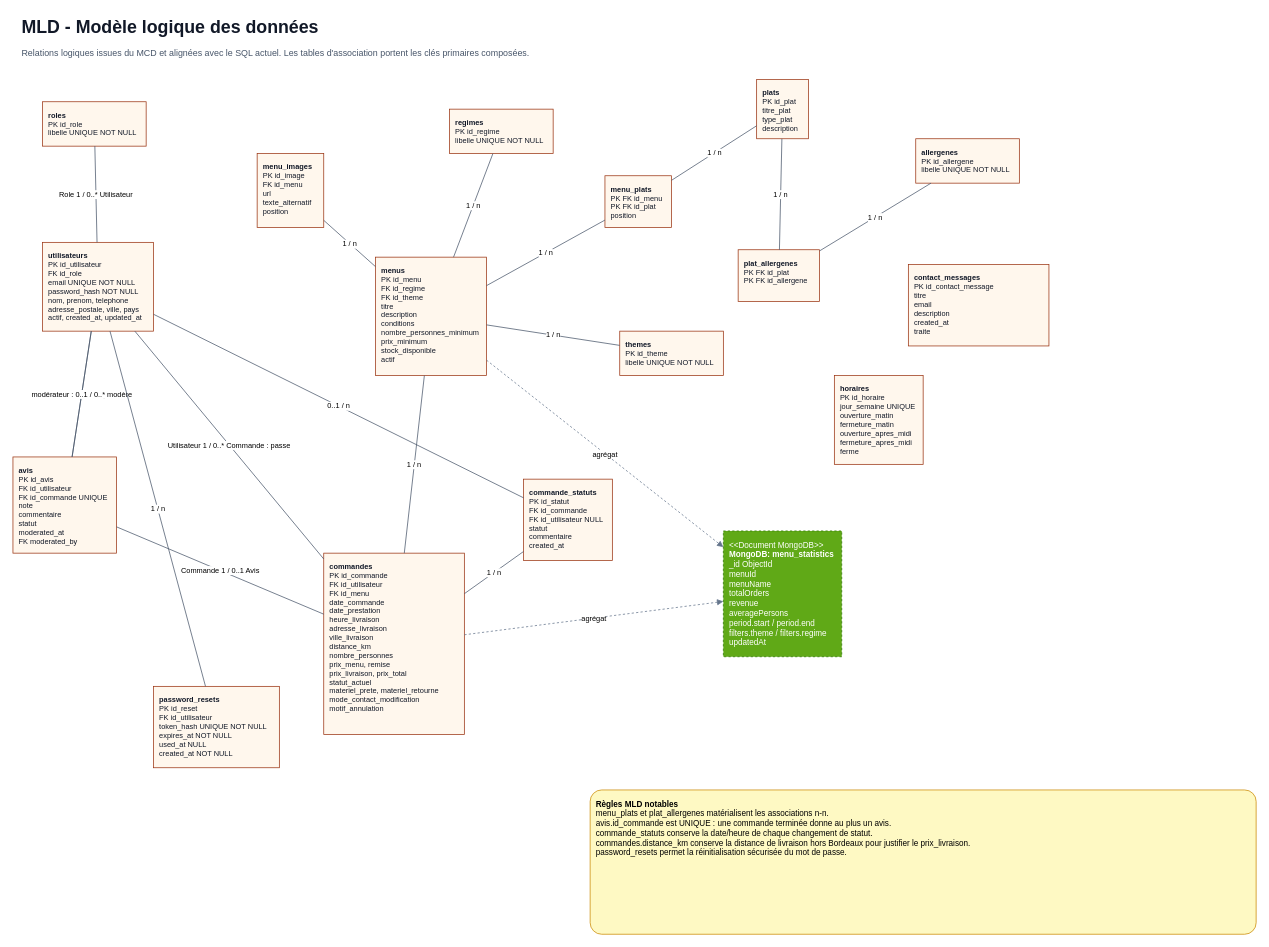
Above: docs/database/MLD.drawio in elscribe/Github-vite-et-gourmand (draw.io), before the change. Source tidied: cells renumbered, new cells numbered last; positions are measured from the earlier drawing's top-left corner, leaving out a move shared by most shapes. Both pictures are drawn from the tidied source at 74%, with x=0, y=0 at pixel (13, 13).
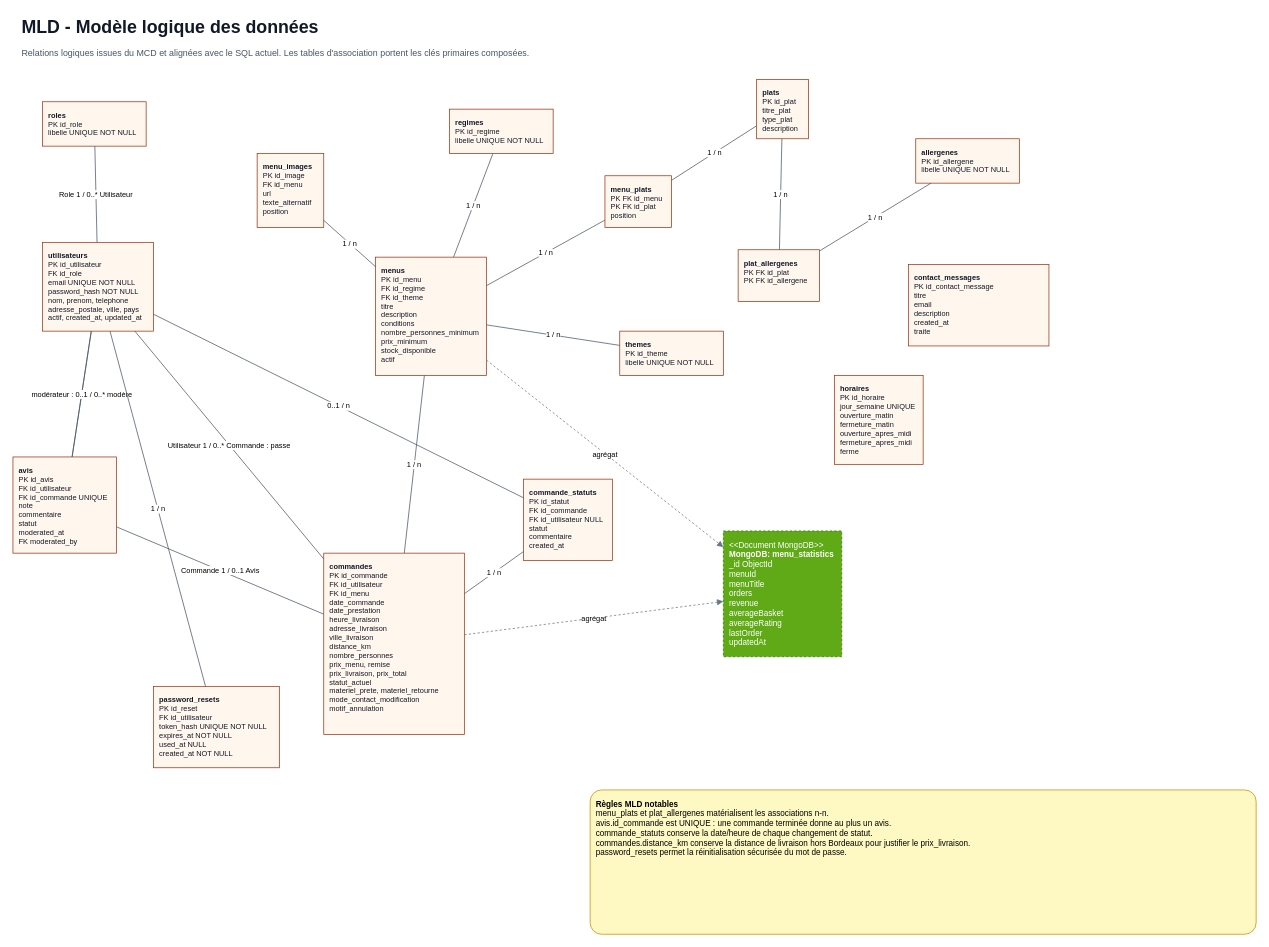
Above is the later version.

Diff of the diagram source:
```diff
@@
-    <mxCell id="19" value="&amp;lt;&amp;lt;Document MongoDB&amp;gt;&amp;gt;&lt;br&gt;&lt;b&gt;MongoDB: menu_statistics&lt;/b&gt;&lt;br&gt;_id ObjectId&lt;br&gt;menuId&lt;br&gt;menuName&lt;br&gt;totalOrders&lt;br&gt;revenue&lt;br&gt;averagePersons&lt;br&gt;period.start / period.end&lt;br&gt;filters.theme / filters.regime&lt;br&gt;updatedAt" style="rounded=0;whiteSpace=wrap;html=1;dashed=1;fillColor=#60a917;strokeColor=#2D7600;fontSize=11;align=left;verticalAlign=top;spacing=8;fontColor=#ffffff;" parent="1" vertex="1">
+    <mxCell id="19" value="&amp;lt;&amp;lt;Document MongoDB&amp;gt;&amp;gt;&lt;br&gt;&lt;b&gt;MongoDB: menu_statistics&lt;/b&gt;&lt;br&gt;_id ObjectId&lt;br&gt;menuId&lt;br&gt;menuTitle&lt;br&gt;orders&lt;br&gt;revenue&lt;br&gt;averageBasket&lt;br&gt;averageRating&lt;br&gt;lastOrder&lt;br&gt;updatedAt" style="rounded=0;whiteSpace=wrap;html=1;dashed=1;fillColor=#60a917;strokeColor=#2D7600;fontSize=11;align=left;verticalAlign=top;spacing=8;fontColor=#ffffff;" parent="1" vertex="1">
       <mxGeometry x="960" y="700" width="160" height="170" as="geometry" />
     </mxCell>
```
